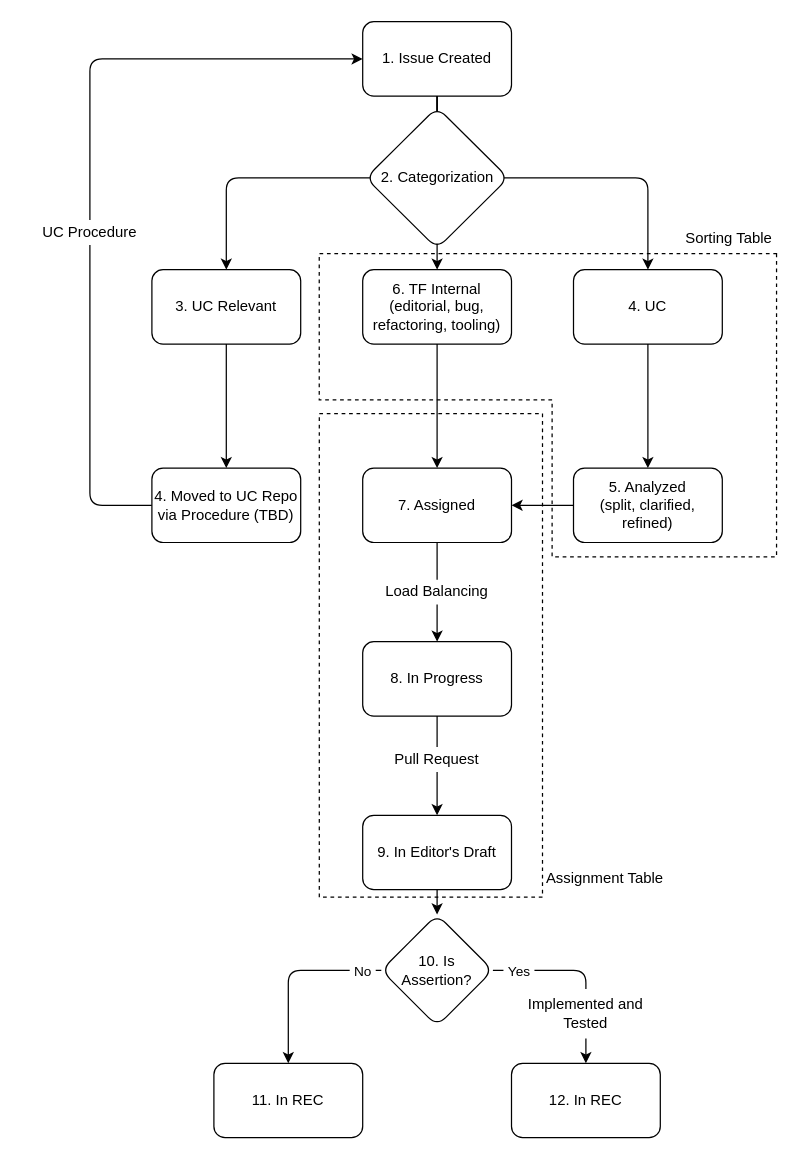
The draw.io diagram page "Lifecycle" (2 of 2) of proposals/project-management/kanbanidea.drawio in w3c/wot-thing-description, before the edit. Source tidied: cells renumbered, new cells numbered last; positions are measured from the earlier drawing's top-left corner, leaving out a move shared by most shapes. Both pictures are drawn from the tidied source at 124%, with x=0, y=0 at pixel (21, 21).
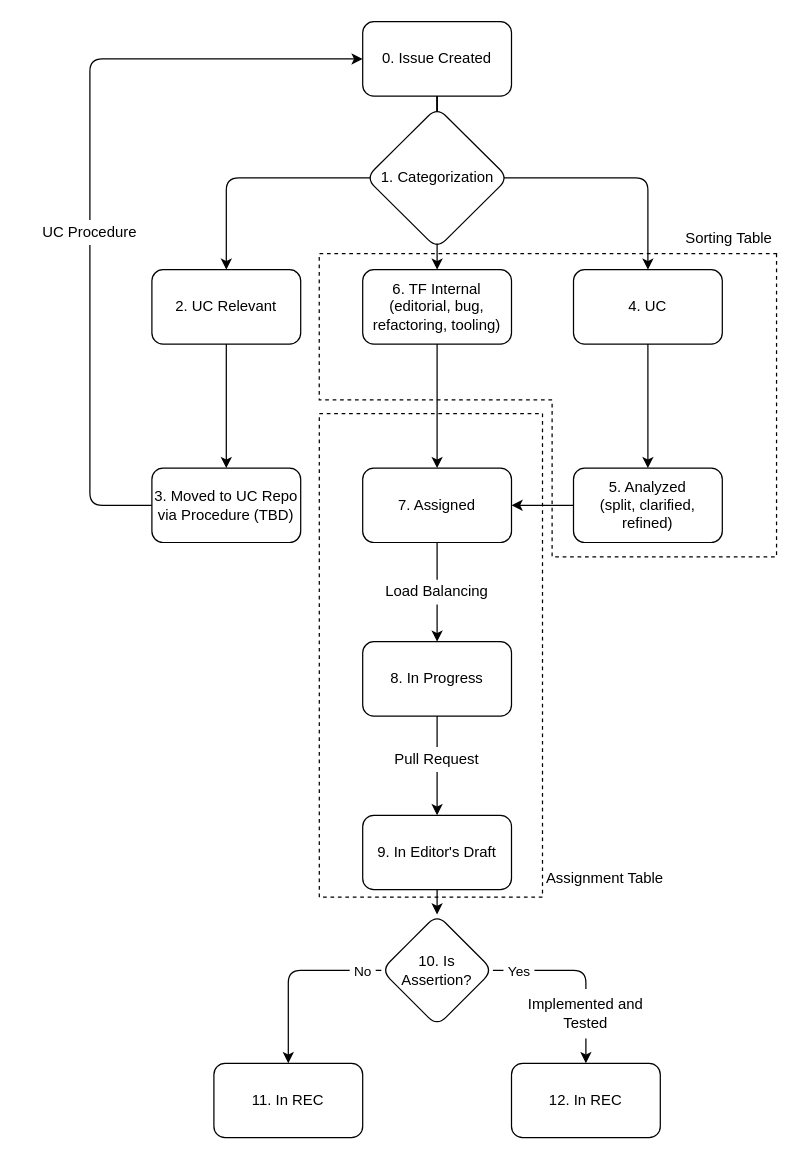
After the change.

Commit message (it also covers changes not shown here):
improve the project management proposal

The edit, as a diff of the source:
```diff
@@
-    <mxCell id="5" value="1. Issue Created" style="rounded=1;whiteSpace=wrap;html=1;" parent="1" vertex="1">
+    <mxCell id="5" value="0. Issue Created" style="rounded=1;whiteSpace=wrap;html=1;" parent="1" vertex="1">
       <mxGeometry x="275" width="120" height="60" as="geometry" />
     </mxCell>
@@
-    <mxCell id="9" value="3. UC Relevant" style="rounded=1;whiteSpace=wrap;html=1;" parent="1" vertex="1">
+    <mxCell id="9" value="2. UC Relevant" style="rounded=1;whiteSpace=wrap;html=1;" parent="1" vertex="1">
       <mxGeometry x="105" y="200" width="120" height="60" as="geometry" />
     </mxCell>
@@
-    <mxCell id="15" value="4. Moved to UC Repo via Procedure (TBD)" style="rounded=1;whiteSpace=wrap;html=1;" parent="1" vertex="1">
+    <mxCell id="15" value="3. Moved to UC Repo via Procedure (TBD)" style="rounded=1;whiteSpace=wrap;html=1;" parent="1" vertex="1">
       <mxGeometry x="105" y="360" width="120" height="60" as="geometry" />
     </mxCell>
@@
-    <mxCell id="35" value="2. Categorization" style="rhombus;whiteSpace=wrap;html=1;fillColor=default;rounded=1;" parent="1" vertex="1">
+    <mxCell id="35" value="1. Categorization" style="rhombus;whiteSpace=wrap;html=1;fillColor=default;rounded=1;" parent="1" vertex="1">
       <mxGeometry x="277.5" y="69" width="115" height="114" as="geometry" />
     </mxCell>
```
